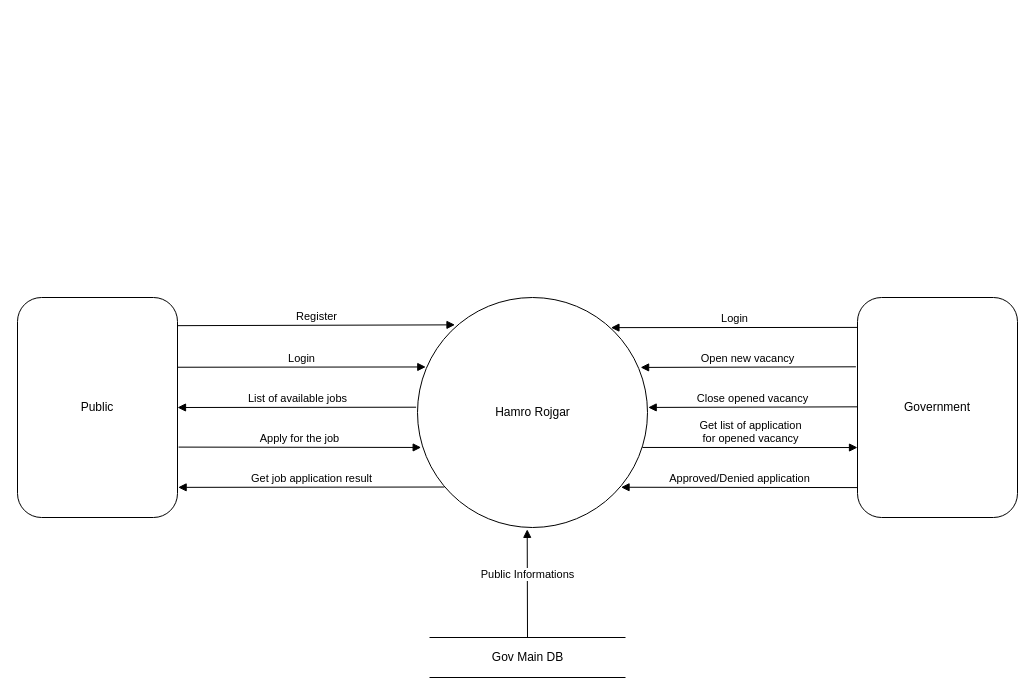
This is page "DFD level-0" (2 of 3) of hamrorojgar.drawio from roman-ojha/hamrorojgar, a draw.io file, before an edit. Source tidied: cells renumbered, new cells numbered last; positions are measured from the earlier drawing's top-left corner, leaving out a move shared by most shapes. Both pictures are drawn from the tidied source at 100%, with x=0, y=0 at pixel (17, 297).
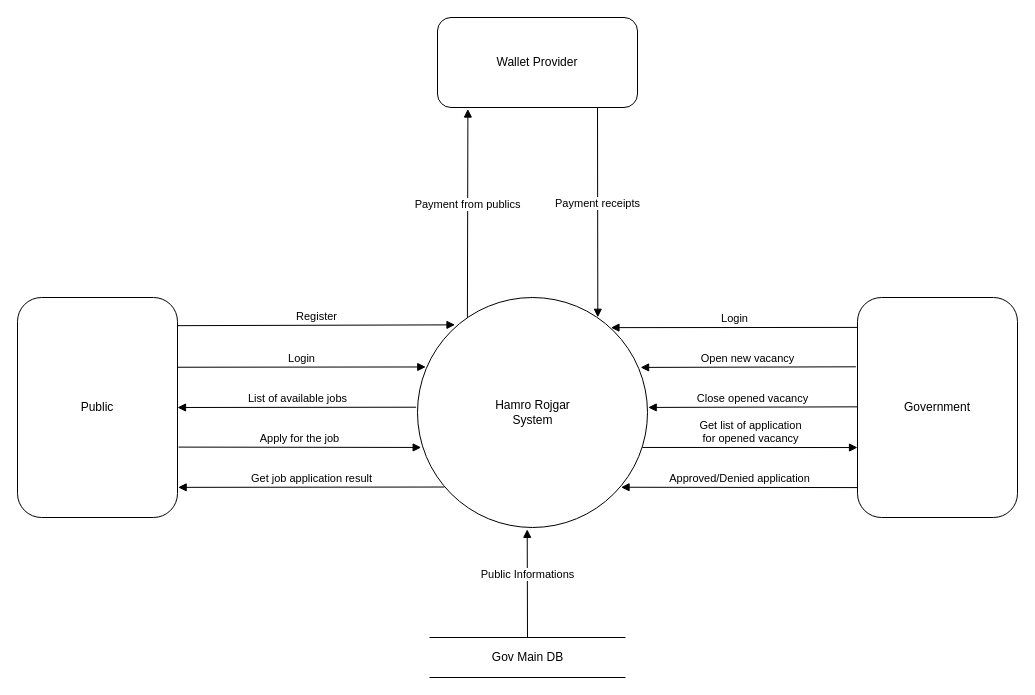
Above is the later version.

Commit message (it also covers changes not shown here):
feat: completed system flow chart on draw.io

Diff of the diagram source:
```diff
@@
-    <mxCell id="2" value="Hamro Rojgar" style="shape=ellipse;html=1;dashed=0;whitespace=wrap;perimeter=ellipsePerimeter;" parent="1" vertex="1">
+    <mxCell id="2" value="Hamro Rojgar&lt;br&gt;System" style="shape=ellipse;html=1;dashed=0;whitespace=wrap;perimeter=ellipsePerimeter;" parent="1" vertex="1">
       <mxGeometry x="400" width="230" height="230" as="geometry" />
     </mxCell>
@@
+    <mxCell id="17" value="Wallet Provider" style="rounded=1;whiteSpace=wrap;html=1;" parent="1" vertex="1">
+      <mxGeometry x="420" y="-280" width="200" height="90" as="geometry" />
+    </mxCell>
+    <mxCell id="18" value="Payment from publics" style="html=1;verticalAlign=bottom;endArrow=block;exitX=0.217;exitY=0.087;exitDx=0;exitDy=0;exitPerimeter=0;entryX=0.152;entryY=1.017;entryDx=0;entryDy=0;entryPerimeter=0;" parent="1" edge="1" source="2" target="17">
+      <mxGeometry relative="1" as="geometry" />
+    </mxCell>
+    <mxCell id="19" value="Payment receipts" style="html=1;verticalAlign=bottom;endArrow=block;entryX=0.784;entryY=0.086;entryDx=0;entryDy=0;entryPerimeter=0;" parent="1" edge="1" target="2">
+      <mxGeometry relative="1" as="geometry">
+        <mxPoint x="580" y="-190" as="sourcePoint" />
+      </mxGeometry>
+    </mxCell>
```
